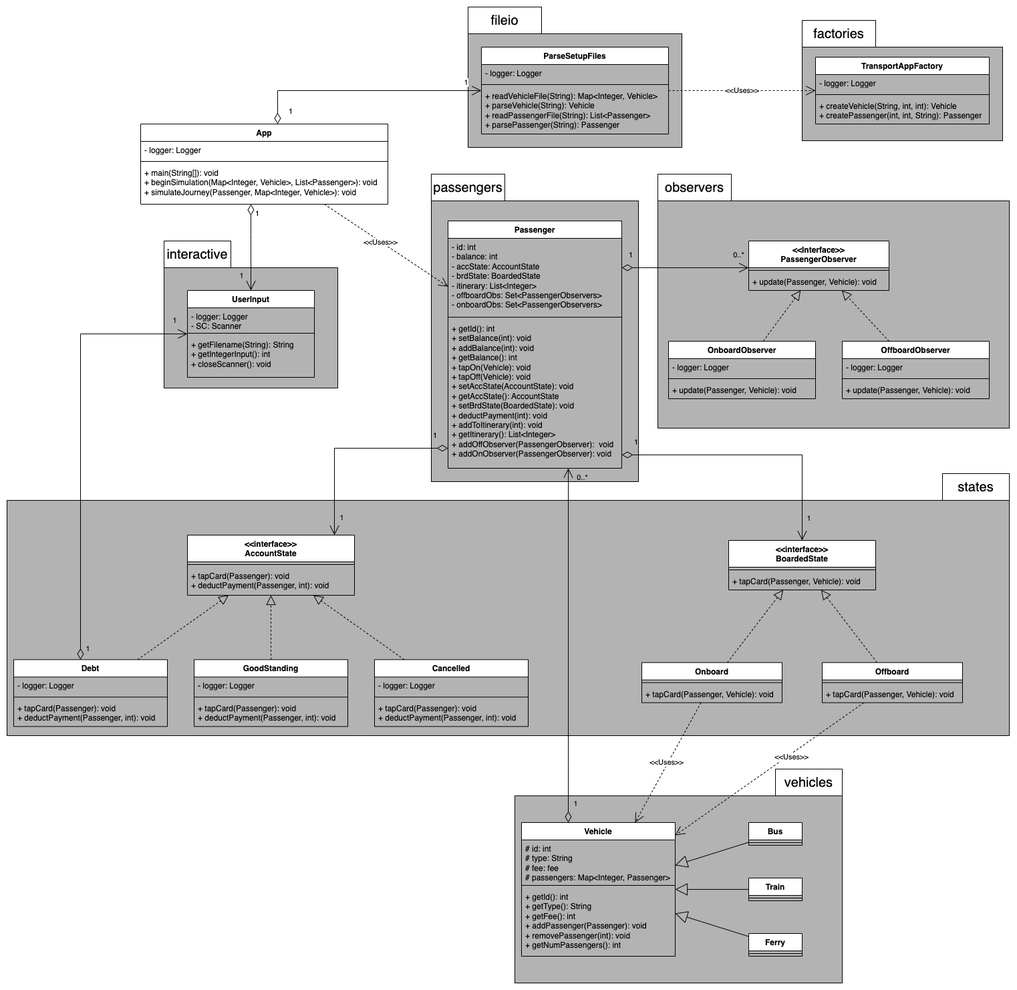
Jonads-13/Curtin-Code keeps this draw.io diagram as OOSE/Assignment 2/UML Diagrams/Assignment2UMLClassDiagram.png. Above is the earlier version. Source tidied: cells renumbered, new cells last; positions are measured from the earlier drawing's top-left corner, leaving out a move shared by most shapes.
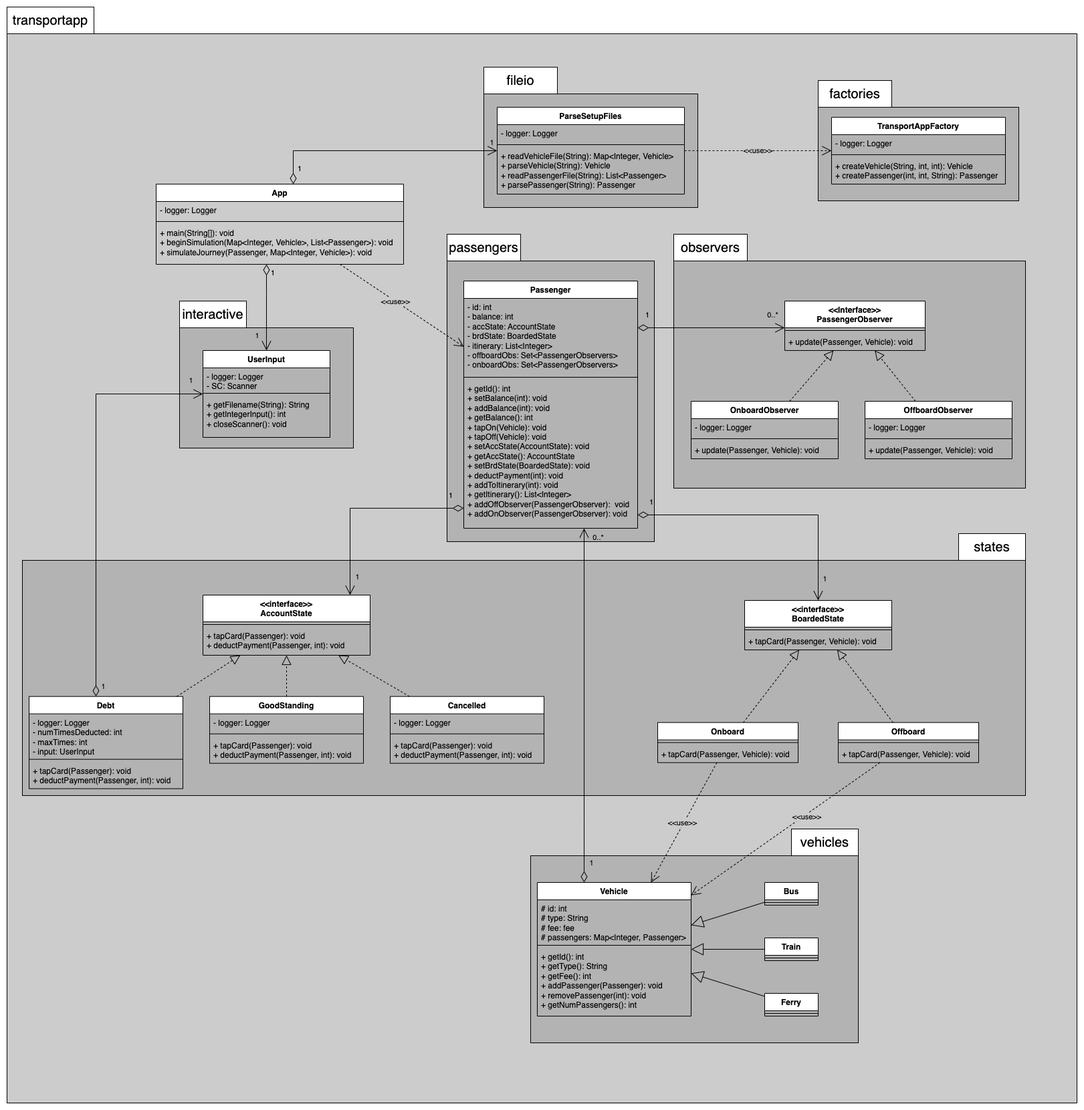
Above is the later version.

Change to the diagram source:
```diff
@@ -2,6 +2,9 @@
   <root>
     <mxCell id="0" />
     <mxCell id="1" parent="0" />
+    <mxCell id="111" style="whiteSpace=wrap;html=1;fillColor=#CCCCCC;" parent="1" vertex="1">
+      <mxGeometry x="-23" y="-50" width="1600" height="1600" as="geometry" />
+    </mxCell>
     <mxCell id="2" style="rounded=0;whiteSpace=wrap;html=1;fillColor=#B3B3B3;" parent="1" vertex="1">
       <mxGeometry x="974" y="290" width="526" height="340" as="geometry" />
     </mxCell>
@@ -72,7 +75,7 @@
       <mxGeometry y="68" width="190" height="62" as="geometry" />
     </mxCell>
     <mxCell id="25" value="&amp;lt;&amp;lt;Interface&amp;gt;&amp;gt;&lt;br&gt;PassengerObserver" style="swimlane;fontStyle=1;align=center;verticalAlign=top;horizontal=1;startSize=40;whiteSpace=wrap;html=1;" parent="1" vertex="1">
-      <mxGeometry x="1110" y="350" width="210" height="74" as="geometry" />
+      <mxGeometry x="1140" y="350" width="210" height="74" as="geometry" />
     </mxCell>
     <mxCell id="26" style="line;strokeWidth=1;fillColor=none;align=left;verticalAlign=middle;spacingTop=-1;spacingLeft=3;spacingRight=3;labelPosition=right;strokeColor=inherit;" parent="25" vertex="1">
       <mxGeometry y="40" width="210" height="8" as="geometry" />
@@ -81,7 +84,7 @@
       <mxGeometry y="48" width="210" height="26" as="geometry" />
     </mxCell>
     <mxCell id="28" value="OnboardObserver" style="swimlane;fontStyle=1;align=center;verticalAlign=top;horizontal=1;startSize=26;whiteSpace=wrap;html=1;" parent="1" vertex="1">
-      <mxGeometry x="990" y="500" width="220" height="86" as="geometry" />
+      <mxGeometry x="1000" y="500" width="220" height="86" as="geometry" />
     </mxCell>
     <mxCell id="29" value="- logger: Logger" style="text;strokeColor=none;fillColor=none;align=left;verticalAlign=top;spacingLeft=4;spacingRight=4;overflow=hidden;whiteSpace=wrap;html=1;" parent="28" vertex="1">
       <mxGeometry y="26" width="220" height="26" as="geometry" />
@@ -93,7 +96,7 @@
       <mxGeometry y="60" width="220" height="26" as="geometry" />
     </mxCell>
     <mxCell id="32" value="OffboardObserver" style="swimlane;fontStyle=1;align=center;verticalAlign=top;horizontal=1;startSize=26;whiteSpace=wrap;html=1;" parent="1" vertex="1">
-      <mxGeometry x="1250" y="500" width="220" height="86" as="geometry" />
+      <mxGeometry x="1260" y="500" width="220" height="86" as="geometry" />
     </mxCell>
     <mxCell id="33" value="- logger: Logger" style="text;strokeColor=none;fillColor=none;align=left;verticalAlign=top;spacingLeft=4;spacingRight=4;overflow=hidden;whiteSpace=wrap;html=1;" parent="32" vertex="1">
       <mxGeometry y="26" width="220" height="26" as="geometry" />
@@ -135,7 +138,7 @@
       <mxGeometry y="48" width="220" height="26" as="geometry" />
     </mxCell>
     <mxCell id="46" value="GoodStanding" style="swimlane;fontStyle=1;align=center;verticalAlign=top;horizontal=1;startSize=26;whiteSpace=wrap;html=1;" parent="1" vertex="1">
-      <mxGeometry x="280" y="976.3" width="230" height="100" as="geometry" />
+      <mxGeometry x="280" y="941.7" width="230" height="100" as="geometry" />
     </mxCell>
     <mxCell id="47" value="- logger: Logger" style="text;strokeColor=none;fillColor=none;align=left;verticalAlign=top;spacingLeft=4;spacingRight=4;overflow=hidden;whiteSpace=wrap;html=1;" parent="46" vertex="1">
       <mxGeometry y="26" width="230" height="26" as="geometry" />
@@ -147,19 +150,19 @@
       <mxGeometry y="60" width="230" height="40" as="geometry" />
     </mxCell>
     <mxCell id="50" value="Debt" style="swimlane;fontStyle=1;align=center;verticalAlign=top;horizontal=1;startSize=26;whiteSpace=wrap;html=1;" parent="1" vertex="1">
-      <mxGeometry x="10" y="976.3" width="230" height="100" as="geometry" />
+      <mxGeometry x="10" y="941.7" width="230" height="138" as="geometry" />
     </mxCell>
-    <mxCell id="51" value="- logger: Logger" style="text;strokeColor=none;fillColor=none;align=left;verticalAlign=top;spacingLeft=4;spacingRight=4;overflow=hidden;whiteSpace=wrap;html=1;" parent="50" vertex="1">
-      <mxGeometry y="26" width="230" height="26" as="geometry" />
+    <mxCell id="51" value="- logger: Logger&lt;br&gt;- numTimesDeducted: int&lt;br&gt;- maxTimes: int&lt;br&gt;- input: UserInput" style="text;strokeColor=none;fillColor=none;align=left;verticalAlign=top;spacingLeft=4;spacingRight=4;overflow=hidden;whiteSpace=wrap;html=1;" parent="50" vertex="1">
+      <mxGeometry y="26" width="230" height="64" as="geometry" />
     </mxCell>
     <mxCell id="52" style="line;strokeWidth=1;fillColor=none;align=left;verticalAlign=middle;spacingTop=-1;spacingLeft=3;spacingRight=3;labelPosition=right;strokeColor=inherit;" parent="50" vertex="1">
-      <mxGeometry y="52" width="230" height="8" as="geometry" />
+      <mxGeometry y="90" width="230" height="8" as="geometry" />
     </mxCell>
     <mxCell id="53" value="+ tapCard(Passenger): void&lt;br style=&quot;border-color: var(--border-color);&quot;&gt;+ deductPayment(Passenger, int): void" style="text;strokeColor=none;fillColor=none;align=left;verticalAlign=top;spacingLeft=4;spacingRight=4;overflow=hidden;whiteSpace=wrap;html=1;" parent="50" vertex="1">
-      <mxGeometry y="60" width="230" height="40" as="geometry" />
+      <mxGeometry y="98" width="230" height="40" as="geometry" />
     </mxCell>
     <mxCell id="54" value="Cancelled" style="swimlane;fontStyle=1;align=center;verticalAlign=top;horizontal=1;startSize=26;whiteSpace=wrap;html=1;" parent="1" vertex="1">
-      <mxGeometry x="550" y="976.3" width="230" height="100" as="geometry" />
+      <mxGeometry x="550" y="941.7" width="230" height="100" as="geometry" />
     </mxCell>
     <mxCell id="55" value="- logger: Logger" style="text;strokeColor=none;fillColor=none;align=left;verticalAlign=top;spacingLeft=4;spacingRight=4;overflow=hidden;whiteSpace=wrap;html=1;" parent="54" vertex="1">
       <mxGeometry y="26" width="230" height="26" as="geometry" />
@@ -333,28 +336,28 @@
         <mxPoint x="-14" y="-2" as="offset" />
       </mxGeometry>
     </mxCell>
-    <mxCell id="98" value="1" style="endArrow=open;html=1;endSize=12;startArrow=diamondThin;startSize=14;startFill=0;edgeStyle=orthogonalEdgeStyle;align=left;verticalAlign=bottom;rounded=0;" parent="1" edge="1" source="9" target="17">
-      <mxGeometry x="-0.95" y="-15" relative="1" as="geometry">
+    <mxCell id="98" value="&lt;span style=&quot;background-color: rgb(204, 204, 204);&quot;&gt;1&lt;/span&gt;" style="endArrow=open;html=1;endSize=12;startArrow=diamondThin;startSize=14;startFill=0;edgeStyle=orthogonalEdgeStyle;align=left;verticalAlign=bottom;rounded=0;" parent="1" edge="1" source="9" target="17">
+      <mxGeometry x="-0.92" y="-5" relative="1" as="geometry">
         <Array as="points">
           <mxPoint x="405" y="125" />
         </Array>
       </mxGeometry>
     </mxCell>
-    <mxCell id="99" value="1" style="edgeLabel;html=1;align=center;verticalAlign=middle;" parent="98" vertex="1">
+    <mxCell id="99" value="1" style="edgeLabel;html=1;align=center;verticalAlign=middle;labelBackgroundColor=none;" parent="98" vertex="1">
       <mxGeometry x="0.87" relative="1" as="geometry">
-        <mxPoint y="-13" as="offset" />
+        <mxPoint x="14" y="-13" as="offset" />
       </mxGeometry>
     </mxCell>
-    <mxCell id="100" value="&amp;lt;&amp;lt;Uses&amp;gt;&amp;gt;" style="endArrow=open;endSize=12;dashed=1;html=1;rounded=0;" parent="1" edge="1" source="17" target="13">
+    <mxCell id="100" value="&lt;span style=&quot;background-color: rgb(204, 204, 204);&quot;&gt;&amp;lt;&amp;lt;use&amp;gt;&amp;gt;&lt;/span&gt;" style="endArrow=open;endSize=12;dashed=1;html=1;rounded=0;" parent="1" edge="1" source="17" target="13">
       <mxGeometry relative="1" as="geometry" />
     </mxCell>
-    <mxCell id="101" value="&amp;lt;&amp;lt;Uses&amp;gt;&amp;gt;" style="endArrow=open;endSize=12;dashed=1;html=1;rounded=0;labelBackgroundColor=default;" parent="1" edge="1" source="9" target="36">
+    <mxCell id="101" value="&lt;span style=&quot;background-color: rgb(204, 204, 204);&quot;&gt;&amp;lt;&amp;lt;use&amp;gt;&amp;gt;&lt;/span&gt;" style="endArrow=open;endSize=12;dashed=1;html=1;rounded=0;labelBackgroundColor=default;" parent="1" edge="1" source="9" target="36">
       <mxGeometry x="-0.09" y="-1" relative="1" as="geometry" />
     </mxCell>
-    <mxCell id="102" value="&amp;lt;&amp;lt;Uses&amp;gt;&amp;gt;" style="endArrow=open;endSize=12;dashed=1;html=1;rounded=0;labelBackgroundColor=default;" parent="1" edge="1" source="63" target="71">
+    <mxCell id="102" value="&lt;span style=&quot;background-color: rgb(204, 204, 204);&quot;&gt;&amp;lt;&amp;lt;use&amp;gt;&amp;gt;&lt;/span&gt;" style="endArrow=open;endSize=12;dashed=1;html=1;rounded=0;labelBackgroundColor=default;" parent="1" edge="1" source="63" target="71">
       <mxGeometry x="0.01" y="-2" relative="1" as="geometry" />
     </mxCell>
-    <mxCell id="103" value="&amp;lt;&amp;lt;Uses&amp;gt;&amp;gt;" style="endArrow=open;endSize=12;dashed=1;html=1;rounded=0;labelBackgroundColor=default;" parent="1" edge="1" source="67" target="71">
+    <mxCell id="103" value="&lt;span style=&quot;background-color: rgb(204, 204, 204);&quot;&gt;&amp;lt;&amp;lt;use&amp;gt;&amp;gt;&lt;/span&gt;" style="endArrow=open;endSize=12;dashed=1;html=1;rounded=0;labelBackgroundColor=default;" parent="1" edge="1" source="67" target="71">
       <mxGeometry x="-0.22" y="4" relative="1" as="geometry" />
     </mxCell>
     <mxCell id="104" value="&lt;font style=&quot;font-size: 20px;&quot;&gt;states&lt;/font&gt;" style="rounded=0;whiteSpace=wrap;html=1;fillColor=default;" parent="1" vertex="1">
@@ -378,5 +381,8 @@
     <mxCell id="110" value="&lt;font style=&quot;font-size: 20px;&quot;&gt;observers&lt;/font&gt;" style="rounded=0;whiteSpace=wrap;html=1;fillColor=default;" parent="1" vertex="1">
       <mxGeometry x="974" y="250" width="110" height="40" as="geometry" />
     </mxCell>
+    <mxCell id="112" value="&lt;font style=&quot;font-size: 20px;&quot;&gt;transportapp&lt;/font&gt;" style="rounded=0;whiteSpace=wrap;html=1;fillColor=default;" parent="1" vertex="1">
+      <mxGeometry x="-23" y="-90" width="130" height="40" as="geometry" />
+    </mxCell>
   </root>
 </mxGraphModel>
```
